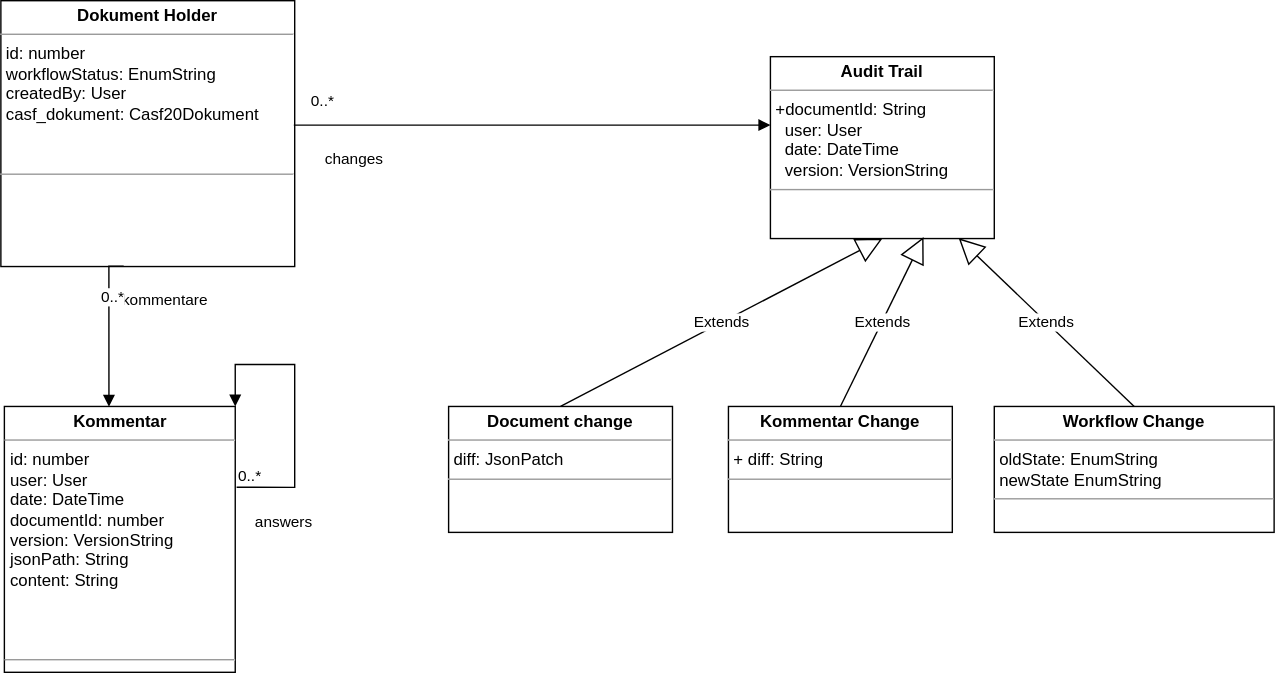
The draw.io diagram documents/logical_datamodel.drawio.svg in secvisogram/csaf-cms-backend, before a commit. Source tidied: cells renumbered, new cells last; positions are measured from the earlier drawing's top-left corner, leaving out a move shared by most shapes. Source of this version:
```xml
<mxGraphModel>
  <root>
    <mxCell id="0" />
    <mxCell id="1" parent="0" />
    <mxCell id="2" value="&lt;p style=&quot;margin: 0px ; margin-top: 4px ; text-align: center&quot;&gt;&lt;b&gt;Dokument Holder&lt;/b&gt;&lt;/p&gt;&lt;hr size=&quot;1&quot;&gt;&lt;p style=&quot;margin: 0px ; margin-left: 4px&quot;&gt;id: number&lt;br&gt;&lt;/p&gt;&lt;p style=&quot;margin: 0px ; margin-left: 4px&quot;&gt;workflowStatus: EnumString&lt;/p&gt;&lt;p style=&quot;margin: 0px ; margin-left: 4px&quot;&gt;createdBy: User&lt;/p&gt;&lt;p style=&quot;margin: 0px ; margin-left: 4px&quot;&gt;&lt;span&gt;casf_dokument: Casf20Dokument&lt;/span&gt;&lt;br&gt;&lt;/p&gt;&lt;p style=&quot;margin: 0px ; margin-left: 4px&quot;&gt;&lt;br&gt;&lt;/p&gt;&lt;p style=&quot;margin: 0px ; margin-left: 4px&quot;&gt;&lt;br&gt;&lt;/p&gt;&lt;hr size=&quot;1&quot;&gt;&lt;p style=&quot;margin: 0px ; margin-left: 4px&quot;&gt;&lt;br&gt;&lt;/p&gt;" style="verticalAlign=top;align=left;overflow=fill;fontSize=12;fontFamily=Helvetica;html=1;" parent="1" vertex="1">
      <mxGeometry width="210" height="190" as="geometry" />
    </mxCell>
    <mxCell id="3" value="&lt;p style=&quot;margin: 0px ; margin-top: 4px ; text-align: center&quot;&gt;&lt;b&gt;Kommentar&lt;/b&gt;&lt;/p&gt;&lt;hr size=&quot;1&quot;&gt;&lt;p style=&quot;margin: 0px ; margin-left: 4px&quot;&gt;id: number&lt;/p&gt;&lt;p style=&quot;margin: 0px ; margin-left: 4px&quot;&gt;user: User&lt;/p&gt;&lt;p style=&quot;margin: 0px ; margin-left: 4px&quot;&gt;date: DateTime&lt;/p&gt;&lt;p style=&quot;margin: 0px ; margin-left: 4px&quot;&gt;documentId: number&lt;/p&gt;&lt;p style=&quot;margin: 0px ; margin-left: 4px&quot;&gt;version: VersionString&lt;br&gt;&lt;/p&gt;&lt;p style=&quot;margin: 0px ; margin-left: 4px&quot;&gt;jsonPath: String&lt;/p&gt;&lt;p style=&quot;margin: 0px ; margin-left: 4px&quot;&gt;content: String&lt;/p&gt;&lt;p style=&quot;margin: 0px ; margin-left: 4px&quot;&gt;&lt;br&gt;&lt;/p&gt;&lt;p style=&quot;margin: 0px ; margin-left: 4px&quot;&gt;&lt;br&gt;&lt;/p&gt;&lt;p style=&quot;margin: 0px ; margin-left: 4px&quot;&gt;&lt;br&gt;&lt;/p&gt;&lt;hr size=&quot;1&quot;&gt;&lt;p style=&quot;margin: 0px ; margin-left: 4px&quot;&gt;&lt;br&gt;&lt;/p&gt;" style="verticalAlign=top;align=left;overflow=fill;fontSize=12;fontFamily=Helvetica;html=1;" parent="1" vertex="1">
      <mxGeometry x="2.5" y="290" width="165" height="190" as="geometry" />
    </mxCell>
    <mxCell id="4" value="answers" style="endArrow=block;endFill=1;html=1;edgeStyle=orthogonalEdgeStyle;align=left;verticalAlign=top;rounded=0;exitX=1.006;exitY=0.304;exitDx=0;exitDy=0;exitPerimeter=0;entryX=1;entryY=0;entryDx=0;entryDy=0;" parent="1" edge="1" source="3" target="3">
      <mxGeometry x="-0.89" y="-12" relative="1" as="geometry">
        <Array as="points">
          <mxPoint x="210" y="348" />
          <mxPoint x="210" y="260" />
          <mxPoint x="168" y="260" />
        </Array>
      </mxGeometry>
    </mxCell>
    <mxCell id="5" value="0..*" style="edgeLabel;html=1;align=left;verticalAlign=bottom;" parent="4" vertex="1">
      <mxGeometry x="-1" relative="1" as="geometry" />
    </mxCell>
    <mxCell id="6" value="changes" style="endArrow=block;endFill=1;html=1;edgeStyle=orthogonalEdgeStyle;align=left;verticalAlign=top;rounded=0;exitX=0.997;exitY=0.468;exitDx=0;exitDy=0;exitPerimeter=0;" parent="1" edge="1" source="2" target="10">
      <mxGeometry x="-0.88" y="-11" relative="1" as="geometry">
        <Array as="points">
          <mxPoint x="390" y="89" />
          <mxPoint x="390" y="89" />
        </Array>
      </mxGeometry>
    </mxCell>
    <mxCell id="7" value="0..*" style="edgeLabel;html=1;align=left;verticalAlign=bottom;" parent="6" vertex="1">
      <mxGeometry x="-1" relative="1" as="geometry">
        <mxPoint x="11" y="-9" as="offset" />
      </mxGeometry>
    </mxCell>
    <mxCell id="8" value="kommentare" style="endArrow=block;endFill=1;html=1;edgeStyle=orthogonalEdgeStyle;align=left;verticalAlign=top;rounded=0;exitX=0.418;exitY=0.999;exitDx=0;exitDy=0;exitPerimeter=0;entryX=0.453;entryY=0.001;entryDx=0;entryDy=0;entryPerimeter=0;" parent="1" edge="1" source="2" target="3">
      <mxGeometry x="-0.61" y="8" relative="1" as="geometry">
        <Array as="points">
          <mxPoint x="77" y="190" />
        </Array>
      </mxGeometry>
    </mxCell>
    <mxCell id="9" value="0..*" style="edgeLabel;html=1;align=left;verticalAlign=bottom;" parent="8" vertex="1">
      <mxGeometry x="-1" relative="1" as="geometry">
        <mxPoint x="-18" y="30" as="offset" />
      </mxGeometry>
    </mxCell>
    <mxCell id="10" value="&lt;p style=&quot;margin: 0px ; margin-top: 4px ; text-align: center&quot;&gt;&lt;b&gt;Audit Trail&lt;/b&gt;&lt;/p&gt;&lt;hr size=&quot;1&quot;&gt;&lt;p style=&quot;margin: 0px ; margin-left: 4px&quot;&gt;+&lt;span&gt;documentId: String&lt;/span&gt;&lt;/p&gt;&lt;p style=&quot;margin: 0px ; margin-left: 4px&quot;&gt;&amp;nbsp; user: User&lt;/p&gt;&lt;p style=&quot;margin: 0px ; margin-left: 4px&quot;&gt;&amp;nbsp; date: DateTime&lt;/p&gt;&lt;p style=&quot;margin: 0px ; margin-left: 4px&quot;&gt;&amp;nbsp; version: VersionString&lt;/p&gt;&lt;hr size=&quot;1&quot;&gt;&lt;p style=&quot;margin: 0px ; margin-left: 4px&quot;&gt;&lt;br&gt;&lt;/p&gt;" style="verticalAlign=top;align=left;overflow=fill;fontSize=12;fontFamily=Helvetica;html=1;" parent="1" vertex="1">
      <mxGeometry x="550" y="40" width="160" height="130" as="geometry" />
    </mxCell>
    <mxCell id="11" value="Extends" style="endArrow=block;endSize=16;endFill=0;html=1;rounded=0;exitX=0.5;exitY=0;exitDx=0;exitDy=0;entryX=0.5;entryY=1;entryDx=0;entryDy=0;" parent="1" edge="1" source="12" target="10">
      <mxGeometry relative="1" as="geometry" />
    </mxCell>
    <mxCell id="12" value="&lt;p style=&quot;margin: 0px ; margin-top: 4px ; text-align: center&quot;&gt;&lt;b&gt;Document change&lt;/b&gt;&lt;br&gt;&lt;/p&gt;&lt;hr size=&quot;1&quot;&gt;&lt;p style=&quot;margin: 0px ; margin-left: 4px&quot;&gt;diff: JsonPatch&lt;/p&gt;&lt;hr size=&quot;1&quot;&gt;&lt;p style=&quot;margin: 0px ; margin-left: 4px&quot;&gt;&lt;br&gt;&lt;/p&gt;" style="verticalAlign=top;align=left;overflow=fill;fontSize=12;fontFamily=Helvetica;html=1;" parent="1" vertex="1">
      <mxGeometry x="320" y="290" width="160" height="90" as="geometry" />
    </mxCell>
    <mxCell id="13" value="&lt;p style=&quot;margin: 0px ; margin-top: 4px ; text-align: center&quot;&gt;&lt;b&gt;Workflow Change&lt;/b&gt;&lt;/p&gt;&lt;hr size=&quot;1&quot;&gt;&lt;p style=&quot;margin: 0px ; margin-left: 4px&quot;&gt;oldState: EnumString&lt;/p&gt;&lt;p style=&quot;margin: 0px ; margin-left: 4px&quot;&gt;newState EnumString&lt;/p&gt;&lt;hr size=&quot;1&quot;&gt;&lt;p style=&quot;margin: 0px ; margin-left: 4px&quot;&gt;&lt;br&gt;&lt;/p&gt;" style="verticalAlign=top;align=left;overflow=fill;fontSize=12;fontFamily=Helvetica;html=1;" parent="1" vertex="1">
      <mxGeometry x="710" y="290" width="200" height="90" as="geometry" />
    </mxCell>
    <mxCell id="14" value="&lt;p style=&quot;margin: 0px ; margin-top: 4px ; text-align: center&quot;&gt;&lt;b&gt;Kommentar Change&lt;/b&gt;&lt;/p&gt;&lt;hr size=&quot;1&quot;&gt;&lt;p style=&quot;margin: 0px ; margin-left: 4px&quot;&gt;+ diff: String&lt;/p&gt;&lt;hr size=&quot;1&quot;&gt;&lt;p style=&quot;margin: 0px ; margin-left: 4px&quot;&gt;&lt;br&gt;&lt;/p&gt;" style="verticalAlign=top;align=left;overflow=fill;fontSize=12;fontFamily=Helvetica;html=1;" parent="1" vertex="1">
      <mxGeometry x="520" y="290" width="160" height="90" as="geometry" />
    </mxCell>
    <mxCell id="15" value="Extends" style="endArrow=block;endSize=16;endFill=0;html=1;rounded=0;entryX=0.684;entryY=0.992;entryDx=0;entryDy=0;entryPerimeter=0;exitX=0.5;exitY=0;exitDx=0;exitDy=0;" parent="1" edge="1" source="14" target="10">
      <mxGeometry relative="1" as="geometry" />
    </mxCell>
    <mxCell id="16" value="Extends" style="endArrow=block;endSize=16;endFill=0;html=1;rounded=0;entryX=0.841;entryY=0.998;entryDx=0;entryDy=0;entryPerimeter=0;exitX=0.5;exitY=0;exitDx=0;exitDy=0;" parent="1" edge="1" source="13" target="10">
      <mxGeometry relative="1" as="geometry" />
    </mxCell>
  </root>
</mxGraphModel>
```
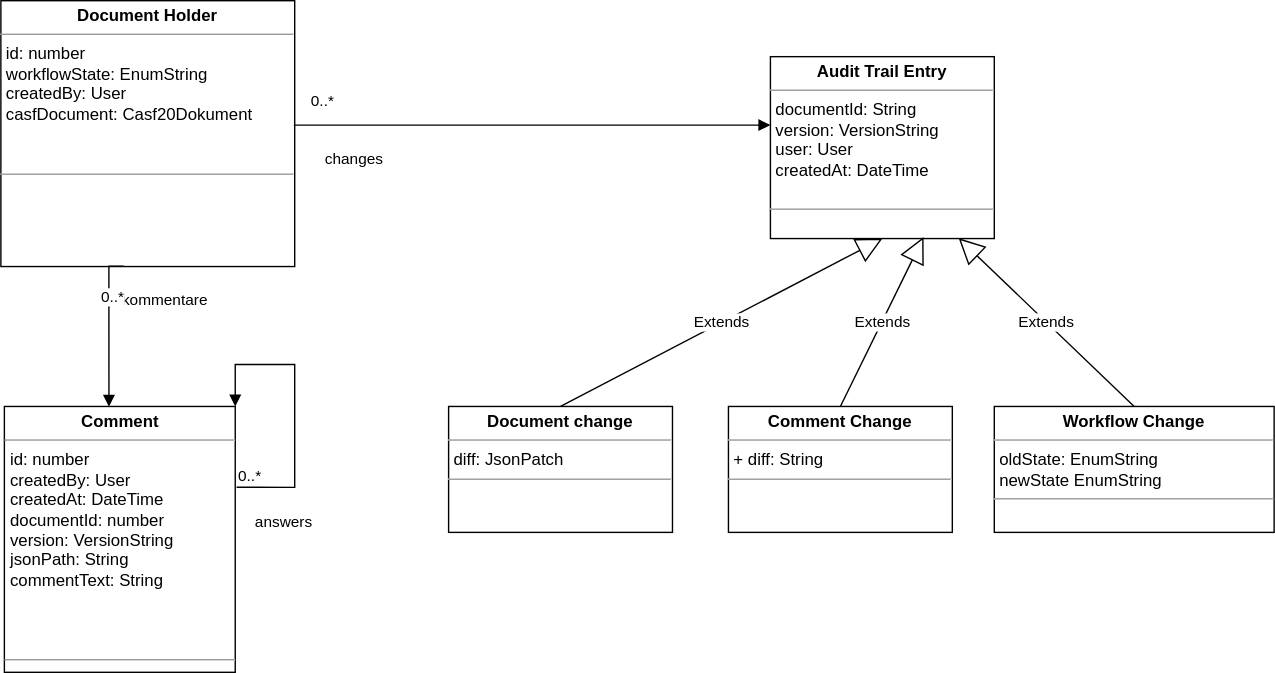
After the commit.

Commit message:
docs(datamodel): #3 documentation logical data model

The edit, as a diff of the source:
```diff
@@ -2,10 +2,10 @@
   <root>
     <mxCell id="0" />
     <mxCell id="1" parent="0" />
-    <mxCell id="2" value="&lt;p style=&quot;margin: 0px ; margin-top: 4px ; text-align: center&quot;&gt;&lt;b&gt;Dokument Holder&lt;/b&gt;&lt;/p&gt;&lt;hr size=&quot;1&quot;&gt;&lt;p style=&quot;margin: 0px ; margin-left: 4px&quot;&gt;id: number&lt;br&gt;&lt;/p&gt;&lt;p style=&quot;margin: 0px ; margin-left: 4px&quot;&gt;workflowStatus: EnumString&lt;/p&gt;&lt;p style=&quot;margin: 0px ; margin-left: 4px&quot;&gt;createdBy: User&lt;/p&gt;&lt;p style=&quot;margin: 0px ; margin-left: 4px&quot;&gt;&lt;span&gt;casf_dokument: Casf20Dokument&lt;/span&gt;&lt;br&gt;&lt;/p&gt;&lt;p style=&quot;margin: 0px ; margin-left: 4px&quot;&gt;&lt;br&gt;&lt;/p&gt;&lt;p style=&quot;margin: 0px ; margin-left: 4px&quot;&gt;&lt;br&gt;&lt;/p&gt;&lt;hr size=&quot;1&quot;&gt;&lt;p style=&quot;margin: 0px ; margin-left: 4px&quot;&gt;&lt;br&gt;&lt;/p&gt;" style="verticalAlign=top;align=left;overflow=fill;fontSize=12;fontFamily=Helvetica;html=1;" parent="1" vertex="1">
+    <mxCell id="2" value="&lt;p style=&quot;margin: 0px ; margin-top: 4px ; text-align: center&quot;&gt;&lt;b&gt;Document Holder&lt;/b&gt;&lt;/p&gt;&lt;hr size=&quot;1&quot;&gt;&lt;p style=&quot;margin: 0px ; margin-left: 4px&quot;&gt;id: number&lt;br&gt;&lt;/p&gt;&lt;p style=&quot;margin: 0px ; margin-left: 4px&quot;&gt;workflowState: EnumString&lt;/p&gt;&lt;p style=&quot;margin: 0px ; margin-left: 4px&quot;&gt;createdBy: User&lt;/p&gt;&lt;p style=&quot;margin: 0px ; margin-left: 4px&quot;&gt;&lt;span&gt;casfDocument: Casf20Dokument&lt;/span&gt;&lt;br&gt;&lt;/p&gt;&lt;p style=&quot;margin: 0px ; margin-left: 4px&quot;&gt;&lt;br&gt;&lt;/p&gt;&lt;p style=&quot;margin: 0px ; margin-left: 4px&quot;&gt;&lt;br&gt;&lt;/p&gt;&lt;hr size=&quot;1&quot;&gt;&lt;p style=&quot;margin: 0px ; margin-left: 4px&quot;&gt;&lt;br&gt;&lt;/p&gt;" style="verticalAlign=top;align=left;overflow=fill;fontSize=12;fontFamily=Helvetica;html=1;" parent="1" vertex="1">
       <mxGeometry width="210" height="190" as="geometry" />
     </mxCell>
-    <mxCell id="3" value="&lt;p style=&quot;margin: 0px ; margin-top: 4px ; text-align: center&quot;&gt;&lt;b&gt;Kommentar&lt;/b&gt;&lt;/p&gt;&lt;hr size=&quot;1&quot;&gt;&lt;p style=&quot;margin: 0px ; margin-left: 4px&quot;&gt;id: number&lt;/p&gt;&lt;p style=&quot;margin: 0px ; margin-left: 4px&quot;&gt;user: User&lt;/p&gt;&lt;p style=&quot;margin: 0px ; margin-left: 4px&quot;&gt;date: DateTime&lt;/p&gt;&lt;p style=&quot;margin: 0px ; margin-left: 4px&quot;&gt;documentId: number&lt;/p&gt;&lt;p style=&quot;margin: 0px ; margin-left: 4px&quot;&gt;version: VersionString&lt;br&gt;&lt;/p&gt;&lt;p style=&quot;margin: 0px ; margin-left: 4px&quot;&gt;jsonPath: String&lt;/p&gt;&lt;p style=&quot;margin: 0px ; margin-left: 4px&quot;&gt;content: String&lt;/p&gt;&lt;p style=&quot;margin: 0px ; margin-left: 4px&quot;&gt;&lt;br&gt;&lt;/p&gt;&lt;p style=&quot;margin: 0px ; margin-left: 4px&quot;&gt;&lt;br&gt;&lt;/p&gt;&lt;p style=&quot;margin: 0px ; margin-left: 4px&quot;&gt;&lt;br&gt;&lt;/p&gt;&lt;hr size=&quot;1&quot;&gt;&lt;p style=&quot;margin: 0px ; margin-left: 4px&quot;&gt;&lt;br&gt;&lt;/p&gt;" style="verticalAlign=top;align=left;overflow=fill;fontSize=12;fontFamily=Helvetica;html=1;" parent="1" vertex="1">
+    <mxCell id="3" value="&lt;p style=&quot;margin: 0px ; margin-top: 4px ; text-align: center&quot;&gt;&lt;b&gt;Comment&lt;/b&gt;&lt;/p&gt;&lt;hr size=&quot;1&quot;&gt;&lt;p style=&quot;margin: 0px ; margin-left: 4px&quot;&gt;id: number&lt;/p&gt;&lt;p style=&quot;margin: 0px ; margin-left: 4px&quot;&gt;createdBy: User&lt;/p&gt;&lt;p style=&quot;margin: 0px ; margin-left: 4px&quot;&gt;createdAt: DateTime&lt;/p&gt;&lt;p style=&quot;margin: 0px ; margin-left: 4px&quot;&gt;documentId: number&lt;/p&gt;&lt;p style=&quot;margin: 0px ; margin-left: 4px&quot;&gt;version: VersionString&lt;br&gt;&lt;/p&gt;&lt;p style=&quot;margin: 0px ; margin-left: 4px&quot;&gt;jsonPath: String&lt;/p&gt;&lt;p style=&quot;margin: 0px ; margin-left: 4px&quot;&gt;commentText: String&lt;/p&gt;&lt;p style=&quot;margin: 0px ; margin-left: 4px&quot;&gt;&lt;br&gt;&lt;/p&gt;&lt;p style=&quot;margin: 0px ; margin-left: 4px&quot;&gt;&lt;br&gt;&lt;/p&gt;&lt;p style=&quot;margin: 0px ; margin-left: 4px&quot;&gt;&lt;br&gt;&lt;/p&gt;&lt;hr size=&quot;1&quot;&gt;&lt;p style=&quot;margin: 0px ; margin-left: 4px&quot;&gt;&lt;br&gt;&lt;/p&gt;" style="verticalAlign=top;align=left;overflow=fill;fontSize=12;fontFamily=Helvetica;html=1;" parent="1" vertex="1">
       <mxGeometry x="2.5" y="290" width="165" height="190" as="geometry" />
     </mxCell>
     <mxCell id="4" value="answers" style="endArrow=block;endFill=1;html=1;edgeStyle=orthogonalEdgeStyle;align=left;verticalAlign=top;rounded=0;exitX=1.006;exitY=0.304;exitDx=0;exitDy=0;exitPerimeter=0;entryX=1;entryY=0;entryDx=0;entryDy=0;" parent="1" edge="1" source="3" target="3">
@@ -45,7 +45,7 @@
         <mxPoint x="-18" y="30" as="offset" />
       </mxGeometry>
     </mxCell>
-    <mxCell id="10" value="&lt;p style=&quot;margin: 0px ; margin-top: 4px ; text-align: center&quot;&gt;&lt;b&gt;Audit Trail&lt;/b&gt;&lt;/p&gt;&lt;hr size=&quot;1&quot;&gt;&lt;p style=&quot;margin: 0px ; margin-left: 4px&quot;&gt;+&lt;span&gt;documentId: String&lt;/span&gt;&lt;/p&gt;&lt;p style=&quot;margin: 0px ; margin-left: 4px&quot;&gt;&amp;nbsp; user: User&lt;/p&gt;&lt;p style=&quot;margin: 0px ; margin-left: 4px&quot;&gt;&amp;nbsp; date: DateTime&lt;/p&gt;&lt;p style=&quot;margin: 0px ; margin-left: 4px&quot;&gt;&amp;nbsp; version: VersionString&lt;/p&gt;&lt;hr size=&quot;1&quot;&gt;&lt;p style=&quot;margin: 0px ; margin-left: 4px&quot;&gt;&lt;br&gt;&lt;/p&gt;" style="verticalAlign=top;align=left;overflow=fill;fontSize=12;fontFamily=Helvetica;html=1;" parent="1" vertex="1">
+    <mxCell id="10" value="&lt;p style=&quot;margin: 0px ; margin-top: 4px ; text-align: center&quot;&gt;&lt;b&gt;Audit Trail Entry&lt;/b&gt;&lt;/p&gt;&lt;hr size=&quot;1&quot;&gt;&lt;p style=&quot;margin: 0px ; margin-left: 4px&quot;&gt;&lt;span&gt;documentId: String&lt;/span&gt;&lt;/p&gt;&lt;p style=&quot;margin: 0px ; margin-left: 4px&quot;&gt;version: VersionString&lt;span&gt;&lt;br&gt;&lt;/span&gt;&lt;/p&gt;&lt;p style=&quot;margin: 0px ; margin-left: 4px&quot;&gt;user: User&lt;/p&gt;&lt;p style=&quot;margin: 0px ; margin-left: 4px&quot;&gt;createdAt: DateTime&lt;/p&gt;&lt;p style=&quot;margin: 0px ; margin-left: 4px&quot;&gt;&amp;nbsp;&amp;nbsp;&lt;/p&gt;&lt;hr size=&quot;1&quot;&gt;&lt;p style=&quot;margin: 0px ; margin-left: 4px&quot;&gt;&lt;br&gt;&lt;/p&gt;" style="verticalAlign=top;align=left;overflow=fill;fontSize=12;fontFamily=Helvetica;html=1;" parent="1" vertex="1">
       <mxGeometry x="550" y="40" width="160" height="130" as="geometry" />
     </mxCell>
     <mxCell id="11" value="Extends" style="endArrow=block;endSize=16;endFill=0;html=1;rounded=0;exitX=0.5;exitY=0;exitDx=0;exitDy=0;entryX=0.5;entryY=1;entryDx=0;entryDy=0;" parent="1" edge="1" source="12" target="10">
@@ -57,7 +57,7 @@
     <mxCell id="13" value="&lt;p style=&quot;margin: 0px ; margin-top: 4px ; text-align: center&quot;&gt;&lt;b&gt;Workflow Change&lt;/b&gt;&lt;/p&gt;&lt;hr size=&quot;1&quot;&gt;&lt;p style=&quot;margin: 0px ; margin-left: 4px&quot;&gt;oldState: EnumString&lt;/p&gt;&lt;p style=&quot;margin: 0px ; margin-left: 4px&quot;&gt;newState EnumString&lt;/p&gt;&lt;hr size=&quot;1&quot;&gt;&lt;p style=&quot;margin: 0px ; margin-left: 4px&quot;&gt;&lt;br&gt;&lt;/p&gt;" style="verticalAlign=top;align=left;overflow=fill;fontSize=12;fontFamily=Helvetica;html=1;" parent="1" vertex="1">
       <mxGeometry x="710" y="290" width="200" height="90" as="geometry" />
     </mxCell>
-    <mxCell id="14" value="&lt;p style=&quot;margin: 0px ; margin-top: 4px ; text-align: center&quot;&gt;&lt;b&gt;Kommentar Change&lt;/b&gt;&lt;/p&gt;&lt;hr size=&quot;1&quot;&gt;&lt;p style=&quot;margin: 0px ; margin-left: 4px&quot;&gt;+ diff: String&lt;/p&gt;&lt;hr size=&quot;1&quot;&gt;&lt;p style=&quot;margin: 0px ; margin-left: 4px&quot;&gt;&lt;br&gt;&lt;/p&gt;" style="verticalAlign=top;align=left;overflow=fill;fontSize=12;fontFamily=Helvetica;html=1;" parent="1" vertex="1">
+    <mxCell id="14" value="&lt;p style=&quot;margin: 0px ; margin-top: 4px ; text-align: center&quot;&gt;&lt;b&gt;Comment Change&lt;/b&gt;&lt;/p&gt;&lt;hr size=&quot;1&quot;&gt;&lt;p style=&quot;margin: 0px ; margin-left: 4px&quot;&gt;+ diff: String&lt;/p&gt;&lt;hr size=&quot;1&quot;&gt;&lt;p style=&quot;margin: 0px ; margin-left: 4px&quot;&gt;&lt;br&gt;&lt;/p&gt;" style="verticalAlign=top;align=left;overflow=fill;fontSize=12;fontFamily=Helvetica;html=1;" parent="1" vertex="1">
       <mxGeometry x="520" y="290" width="160" height="90" as="geometry" />
     </mxCell>
     <mxCell id="15" value="Extends" style="endArrow=block;endSize=16;endFill=0;html=1;rounded=0;entryX=0.684;entryY=0.992;entryDx=0;entryDy=0;entryPerimeter=0;exitX=0.5;exitY=0;exitDx=0;exitDy=0;" parent="1" edge="1" source="14" target="10">
```
